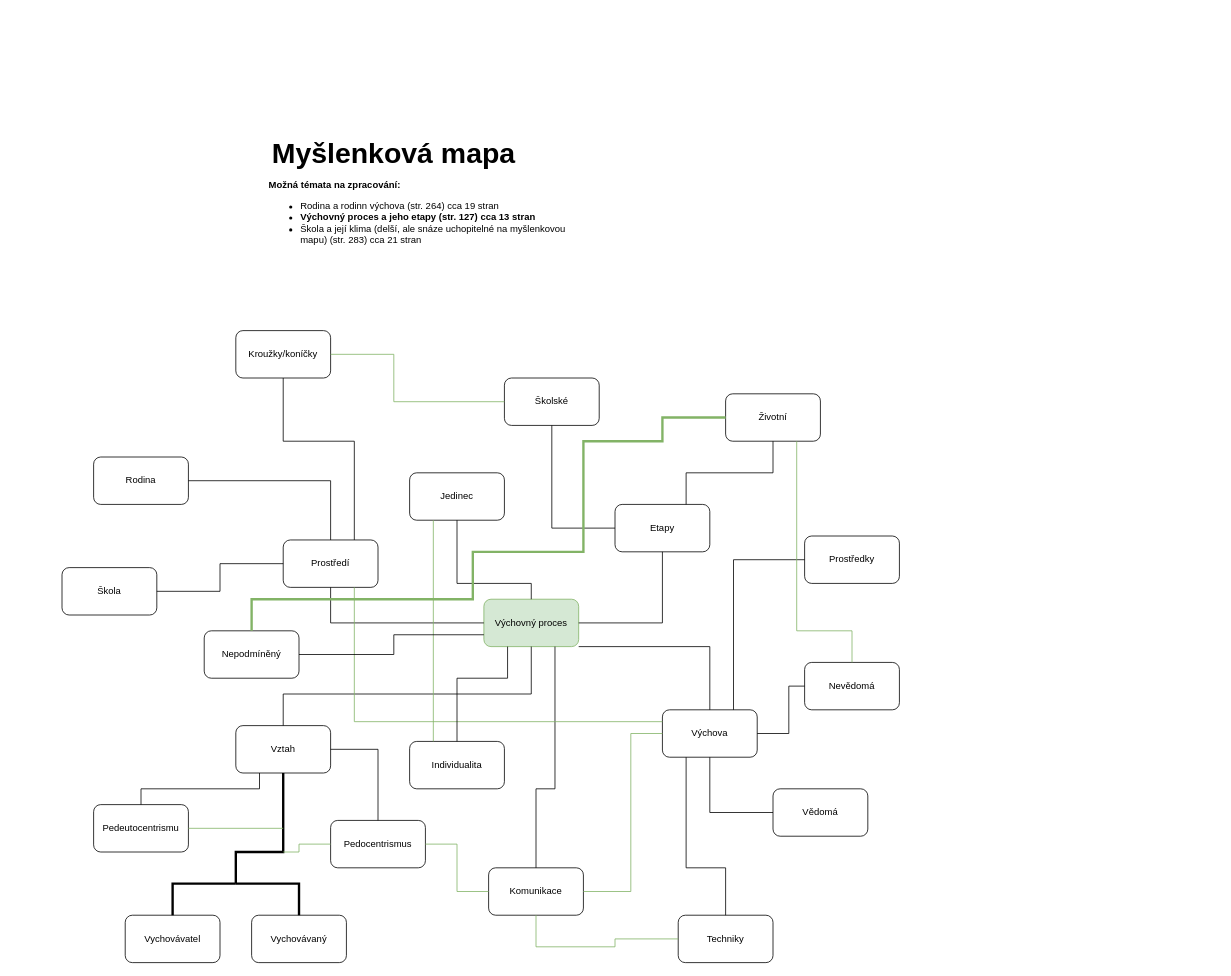
This is mind_map.drawio from 3n0wd3n/UP-Propedeutics---mind-map, a draw.io file, before an edit. Source tidied: cells renumbered, new cells numbered last; positions are measured from the earlier drawing's top-left corner, leaving out a move shared by most shapes. Both pictures are drawn from the tidied source at 79%, with x=0, y=0 at pixel (62, 141).
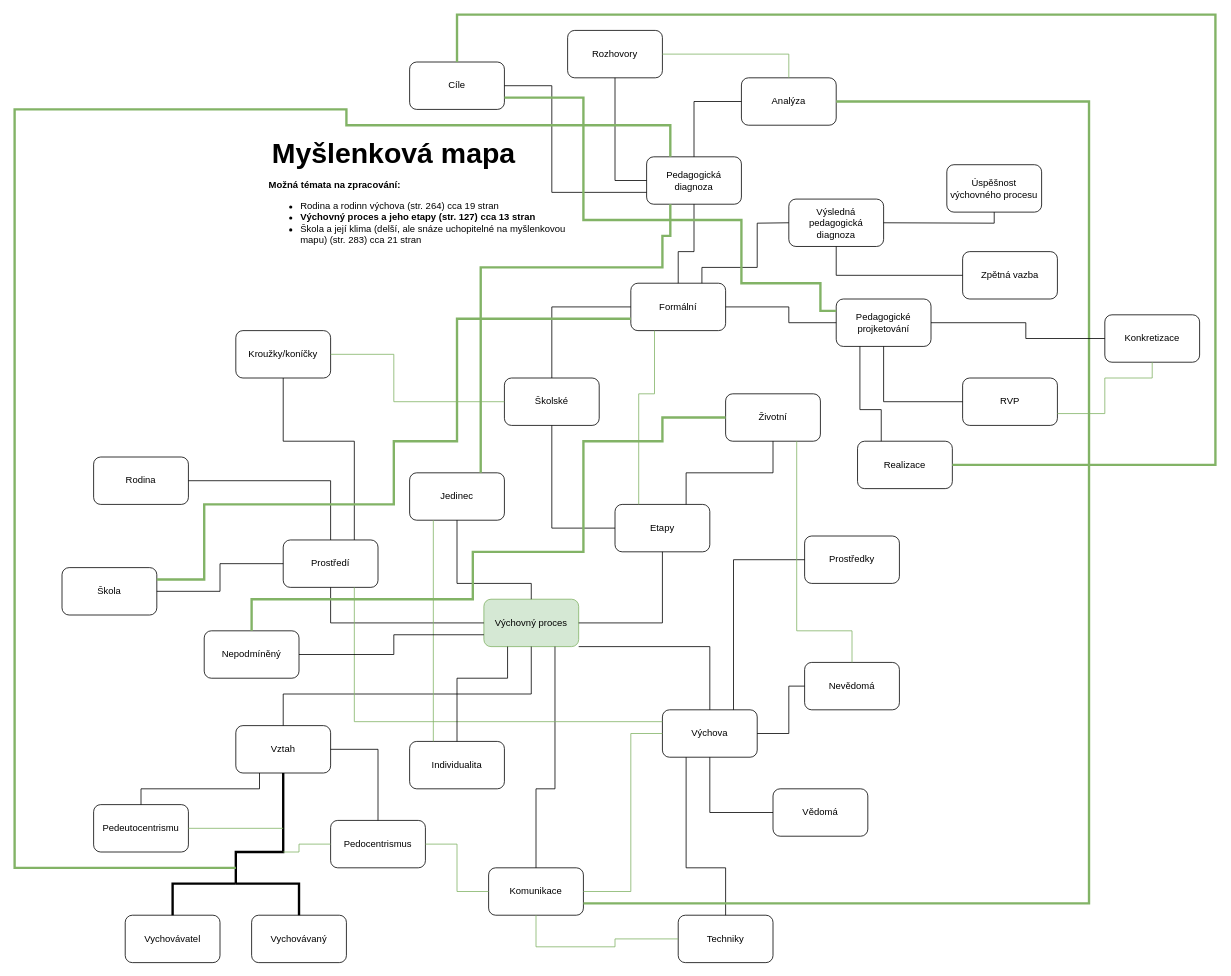
After the change.

Unchanged cells that the change refers to:
```xml
<mxCell id="5" value="Etapy" style="rounded=1;whiteSpace=wrap;html=1;" parent="1" vertex="1">
  <mxGeometry x="700" y="460" width="120" height="60" as="geometry" />
</mxCell>
<mxCell id="6" value="Školské" style="rounded=1;whiteSpace=wrap;html=1;" parent="1" vertex="1">
  <mxGeometry x="560" y="300" width="120" height="60" as="geometry" />
</mxCell>
<mxCell id="15" value="Škola" style="rounded=1;whiteSpace=wrap;html=1;" parent="1" vertex="1">
  <mxGeometry y="540" width="120" height="60" as="geometry" />
</mxCell>
<mxCell id="26" value="Komunikace" style="rounded=1;whiteSpace=wrap;html=1;" parent="1" vertex="1">
  <mxGeometry x="540" y="920" width="120" height="60" as="geometry" />
</mxCell>
<mxCell id="49" value="Jedinec" style="rounded=1;whiteSpace=wrap;html=1;" parent="1" vertex="1">
  <mxGeometry x="440" y="420" width="120" height="60" as="geometry" />
</mxCell>
```

What changed in the source:
```diff
@@
-<mxGraphModel>
+<mxGraphModel background="#ffffff">
@@
+    <mxCell id="58" value="Formální" style="rounded=1;whiteSpace=wrap;html=1;" parent="1" vertex="1">
+      <mxGeometry x="720" y="180" width="120" height="60" as="geometry" />
+    </mxCell>
+    <mxCell id="59" style="endArrow=none;html=1;rounded=0;exitX=0.5;exitY=0;exitDx=0;exitDy=0;entryX=0;entryY=0.5;entryDx=0;entryDy=0;" parent="1" edge="1" source="6" target="58">
+      <mxGeometry relative="1" as="geometry">
+        <Array as="points">
+          <mxPoint x="620" y="210" />
+        </Array>
+      </mxGeometry>
+    </mxCell>
+    <mxCell id="60" style="endArrow=none;html=1;rounded=0;exitX=0.25;exitY=0;exitDx=0;exitDy=0;entryX=0.25;entryY=1;entryDx=0;entryDy=0;fillColor=#d5e8d4;strokeColor=#82b366;" parent="1" edge="1" source="5" target="58">
+      <mxGeometry relative="1" as="geometry">
+        <Array as="points">
+          <mxPoint x="730" y="320" />
+          <mxPoint x="750" y="320" />
+        </Array>
+      </mxGeometry>
+    </mxCell>
+    <mxCell id="61" value="Pedagogická diagnoza" style="rounded=1;whiteSpace=wrap;html=1;" parent="1" vertex="1">
+      <mxGeometry x="740" y="20" width="120" height="60" as="geometry" />
+    </mxCell>
+    <mxCell id="62" value="Pedagogické projketování" style="rounded=1;whiteSpace=wrap;html=1;" parent="1" vertex="1">
+      <mxGeometry x="980" y="200" width="120" height="60" as="geometry" />
+    </mxCell>
+    <mxCell id="63" value="Výsledná pedagogická diagnoza" style="rounded=1;whiteSpace=wrap;html=1;" parent="1" vertex="1">
+      <mxGeometry x="920" y="73.5" width="120" height="60" as="geometry" />
+    </mxCell>
+    <mxCell id="64" style="endArrow=none;html=1;rounded=0;entryX=0.5;entryY=1;entryDx=0;entryDy=0;exitX=0.5;exitY=0;exitDx=0;exitDy=0;" parent="1" edge="1" source="58" target="61">
+      <mxGeometry relative="1" as="geometry">
+        <Array as="points">
+          <mxPoint x="780" y="140" />
+          <mxPoint x="800" y="140" />
+        </Array>
+      </mxGeometry>
+    </mxCell>
+    <mxCell id="65" style="endArrow=none;html=1;rounded=0;entryX=0;entryY=0.5;entryDx=0;entryDy=0;exitX=0.75;exitY=0;exitDx=0;exitDy=0;" parent="1" edge="1" source="58" target="63">
+      <mxGeometry relative="1" as="geometry">
+        <Array as="points">
+          <mxPoint x="810" y="160" />
+          <mxPoint x="880" y="160" />
+          <mxPoint x="880" y="104" />
+        </Array>
+      </mxGeometry>
+    </mxCell>
+    <mxCell id="66" style="endArrow=none;html=1;rounded=0;entryX=0;entryY=0.5;entryDx=0;entryDy=0;exitX=1;exitY=0.5;exitDx=0;exitDy=0;" parent="1" edge="1" source="58" target="62">
+      <mxGeometry relative="1" as="geometry">
+        <Array as="points">
+          <mxPoint x="920" y="210" />
+          <mxPoint x="920" y="230" />
+        </Array>
+      </mxGeometry>
+    </mxCell>
+    <mxCell id="67" style="endArrow=none;html=1;rounded=0;entryX=0;entryY=0.75;entryDx=0;entryDy=0;exitX=1;exitY=0.25;exitDx=0;exitDy=0;fillColor=#d5e8d4;strokeColor=#82b366;strokeWidth=3;" parent="1" edge="1" source="15" target="58">
+      <mxGeometry relative="1" as="geometry">
+        <Array as="points">
+          <mxPoint x="180" y="555" />
+          <mxPoint x="180" y="460" />
+          <mxPoint x="420" y="460" />
+          <mxPoint x="420" y="380" />
+          <mxPoint x="500" y="380" />
+          <mxPoint x="500" y="225" />
+        </Array>
+      </mxGeometry>
+    </mxCell>
+    <mxCell id="68" value="Analýza" style="rounded=1;whiteSpace=wrap;html=1;" parent="1" vertex="1">
+      <mxGeometry x="860" y="-80" width="120" height="60" as="geometry" />
+    </mxCell>
+    <mxCell id="69" style="endArrow=none;html=1;rounded=0;entryX=0;entryY=0.5;entryDx=0;entryDy=0;exitX=0.5;exitY=0;exitDx=0;exitDy=0;" parent="1" edge="1" source="61" target="68">
+      <mxGeometry relative="1" as="geometry">
+        <Array as="points">
+          <mxPoint x="800" y="-50" />
+        </Array>
+      </mxGeometry>
+    </mxCell>
+    <mxCell id="70" value="Rozhovory" style="rounded=1;whiteSpace=wrap;html=1;" parent="1" vertex="1">
+      <mxGeometry x="640" y="-140" width="120" height="60" as="geometry" />
+    </mxCell>
+    <mxCell id="71" style="endArrow=none;html=1;rounded=0;entryX=0;entryY=0.5;entryDx=0;entryDy=0;exitX=0.5;exitY=1;exitDx=0;exitDy=0;" parent="1" edge="1" source="70" target="61">
+      <mxGeometry relative="1" as="geometry">
+        <Array as="points">
+          <mxPoint x="700" y="50" />
+        </Array>
+      </mxGeometry>
+    </mxCell>
+    <mxCell id="72" style="endArrow=none;html=1;rounded=0;entryX=0.5;entryY=0;entryDx=0;entryDy=0;exitX=1;exitY=0.5;exitDx=0;exitDy=0;fillColor=#d5e8d4;strokeColor=#82b366;" parent="1" edge="1" source="70" target="68">
+      <mxGeometry relative="1" as="geometry">
+        <Array as="points">
+          <mxPoint x="920" y="-110" />
+        </Array>
+      </mxGeometry>
+    </mxCell>
+    <mxCell id="73" style="endArrow=none;html=1;rounded=0;exitX=1;exitY=0.75;exitDx=0;exitDy=0;entryX=1;entryY=0.5;entryDx=0;entryDy=0;fillColor=#d5e8d4;strokeColor=#82b366;strokeWidth=3;" parent="1" edge="1" source="26" target="68">
+      <mxGeometry relative="1" as="geometry">
+        <Array as="points">
+          <mxPoint x="1300" y="965" />
+          <mxPoint x="1300" y="-50" />
+        </Array>
+      </mxGeometry>
+    </mxCell>
+    <mxCell id="74" value="Cíle" style="rounded=1;whiteSpace=wrap;html=1;" parent="1" vertex="1">
+      <mxGeometry x="440" y="-100" width="120" height="60" as="geometry" />
+    </mxCell>
+    <mxCell id="75" style="endArrow=none;html=1;rounded=0;entryX=0;entryY=0.75;entryDx=0;entryDy=0;exitX=1;exitY=0.5;exitDx=0;exitDy=0;" parent="1" edge="1" source="74" target="61">
+      <mxGeometry relative="1" as="geometry">
+        <Array as="points">
+          <mxPoint x="620" y="-70" />
+          <mxPoint x="620" y="65" />
+        </Array>
+      </mxGeometry>
+    </mxCell>
+    <mxCell id="76" style="endArrow=none;html=1;rounded=0;exitX=0.75;exitY=0;exitDx=0;exitDy=0;entryX=0.25;entryY=1;entryDx=0;entryDy=0;fillColor=#d5e8d4;strokeColor=#82b366;strokeWidth=3;" parent="1" edge="1" source="49" target="61">
+      <mxGeometry relative="1" as="geometry">
+        <Array as="points">
+          <mxPoint x="530" y="160" />
+          <mxPoint x="760" y="160" />
+          <mxPoint x="760" y="120" />
+          <mxPoint x="770" y="120" />
+        </Array>
+      </mxGeometry>
+    </mxCell>
+    <mxCell id="77" style="endArrow=none;html=1;rounded=0;entryX=0.25;entryY=0;entryDx=0;entryDy=0;strokeWidth=3;fillColor=#d5e8d4;strokeColor=#82b366;" parent="1" edge="1" target="61">
+      <mxGeometry relative="1" as="geometry">
+        <mxPoint x="220" y="920" as="sourcePoint" />
+        <Array as="points">
+          <mxPoint x="-60" y="920" />
+          <mxPoint x="-60" y="-40" />
+          <mxPoint x="360" y="-40" />
+          <mxPoint x="360" y="-20" />
+          <mxPoint x="660" y="-20" />
+          <mxPoint x="770" y="-20" />
+        </Array>
+      </mxGeometry>
+    </mxCell>
+    <mxCell id="78" value="Úspěšnost výchovného procesu" style="rounded=1;whiteSpace=wrap;html=1;" parent="1" vertex="1">
+      <mxGeometry x="1120" y="30" width="120" height="60" as="geometry" />
+    </mxCell>
+    <mxCell id="79" style="endArrow=none;html=1;rounded=0;entryX=0.5;entryY=1;entryDx=0;entryDy=0;exitX=1;exitY=0.5;exitDx=0;exitDy=0;" parent="1" edge="1" source="63" target="78">
+      <mxGeometry relative="1" as="geometry">
+        <Array as="points">
+          <mxPoint x="1180" y="104" />
+        </Array>
+      </mxGeometry>
+    </mxCell>
+    <mxCell id="80" value="Zpětná vazba" style="rounded=1;whiteSpace=wrap;html=1;" parent="1" vertex="1">
+      <mxGeometry x="1140" y="140" width="120" height="60" as="geometry" />
+    </mxCell>
+    <mxCell id="81" style="endArrow=none;html=1;rounded=0;entryX=0.5;entryY=1;entryDx=0;entryDy=0;exitX=0;exitY=0.5;exitDx=0;exitDy=0;" parent="1" edge="1" source="80" target="63">
+      <mxGeometry relative="1" as="geometry">
+        <Array as="points">
+          <mxPoint x="980" y="170" />
+        </Array>
+      </mxGeometry>
+    </mxCell>
+    <mxCell id="82" style="endArrow=none;html=1;rounded=0;entryX=0;entryY=0.25;entryDx=0;entryDy=0;exitX=1;exitY=0.75;exitDx=0;exitDy=0;fillColor=#d5e8d4;strokeColor=#82b366;strokeWidth=3;" parent="1" edge="1" source="74" target="62">
+      <mxGeometry relative="1" as="geometry">
+        <Array as="points">
+          <mxPoint x="660" y="-55" />
+          <mxPoint x="660" y="100" />
+          <mxPoint x="860" y="100" />
+          <mxPoint x="860" y="180" />
+          <mxPoint x="960" y="180" />
+          <mxPoint x="960" y="215" />
+        </Array>
+      </mxGeometry>
+    </mxCell>
+    <mxCell id="83" value="RVP" style="rounded=1;whiteSpace=wrap;html=1;" parent="1" vertex="1">
+      <mxGeometry x="1140" y="300" width="120" height="60" as="geometry" />
+    </mxCell>
+    <mxCell id="84" style="endArrow=none;html=1;rounded=0;entryX=0.5;entryY=1;entryDx=0;entryDy=0;exitX=0;exitY=0.5;exitDx=0;exitDy=0;" parent="1" edge="1" source="83" target="62">
+      <mxGeometry relative="1" as="geometry">
+        <Array as="points">
+          <mxPoint x="1040" y="330" />
+        </Array>
+      </mxGeometry>
+    </mxCell>
+    <mxCell id="85" value="Konkretizace" style="rounded=1;whiteSpace=wrap;html=1;" parent="1" vertex="1">
+      <mxGeometry x="1320" y="220" width="120" height="60" as="geometry" />
+    </mxCell>
+    <mxCell id="86" style="endArrow=none;html=1;rounded=0;entryX=0;entryY=0.5;entryDx=0;entryDy=0;exitX=1;exitY=0.5;exitDx=0;exitDy=0;" parent="1" edge="1" source="62" target="85">
+      <mxGeometry relative="1" as="geometry">
+        <Array as="points">
+          <mxPoint x="1220" y="230" />
+          <mxPoint x="1220" y="250" />
+        </Array>
+      </mxGeometry>
+    </mxCell>
+    <mxCell id="87" style="endArrow=none;html=1;rounded=0;exitX=1;exitY=0.75;exitDx=0;exitDy=0;entryX=0.5;entryY=1;entryDx=0;entryDy=0;fillColor=#d5e8d4;strokeColor=#82b366;" parent="1" edge="1" source="83" target="85">
+      <mxGeometry relative="1" as="geometry">
+        <Array as="points">
+          <mxPoint x="1320" y="345" />
+          <mxPoint x="1320" y="300" />
+          <mxPoint x="1380" y="300" />
+        </Array>
+      </mxGeometry>
+    </mxCell>
+    <mxCell id="88" value="Realizace" style="rounded=1;whiteSpace=wrap;html=1;" parent="1" vertex="1">
+      <mxGeometry x="1007" y="380" width="120" height="60" as="geometry" />
+    </mxCell>
+    <mxCell id="89" style="endArrow=none;html=1;rounded=0;exitX=0.25;exitY=0;exitDx=0;exitDy=0;entryX=0.25;entryY=1;entryDx=0;entryDy=0;" parent="1" edge="1" source="88" target="62">
+      <mxGeometry relative="1" as="geometry">
+        <Array as="points">
+          <mxPoint x="1037" y="340" />
+          <mxPoint x="1010" y="340" />
+        </Array>
+      </mxGeometry>
+    </mxCell>
+    <mxCell id="90" style="endArrow=none;html=1;rounded=0;exitX=1;exitY=0.5;exitDx=0;exitDy=0;entryX=0.5;entryY=0;entryDx=0;entryDy=0;fillColor=#d5e8d4;strokeColor=#82b366;strokeWidth=3;" parent="1" edge="1" source="88" target="74">
+      <mxGeometry relative="1" as="geometry">
+        <Array as="points">
+          <mxPoint x="1460" y="410" />
+          <mxPoint x="1460" y="-160" />
+          <mxPoint x="500" y="-160" />
+        </Array>
+      </mxGeometry>
+    </mxCell>
```
